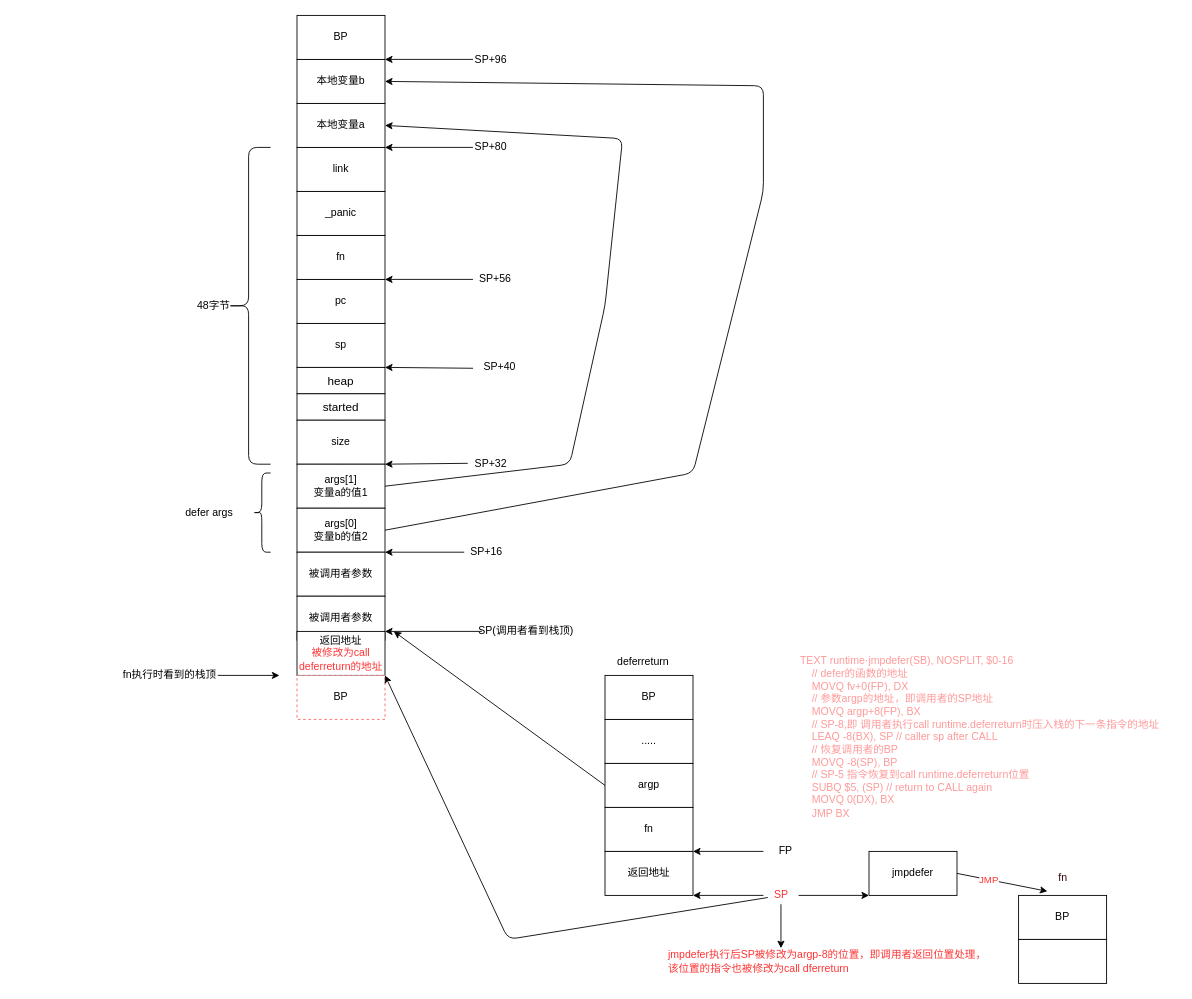
Above: page "循环调用defer" (2 of 4) of dev-tool/go/source/image/defer2.drawio in 6z7/my-notebook (draw.io), before the change. Source tidied: cells renumbered, new cells numbered last; positions are measured from the earlier drawing's top-left corner, leaving out a move shared by most shapes. Both pictures are drawn from the tidied source at 88%, with x=0, y=0 at pixel (116, 15).
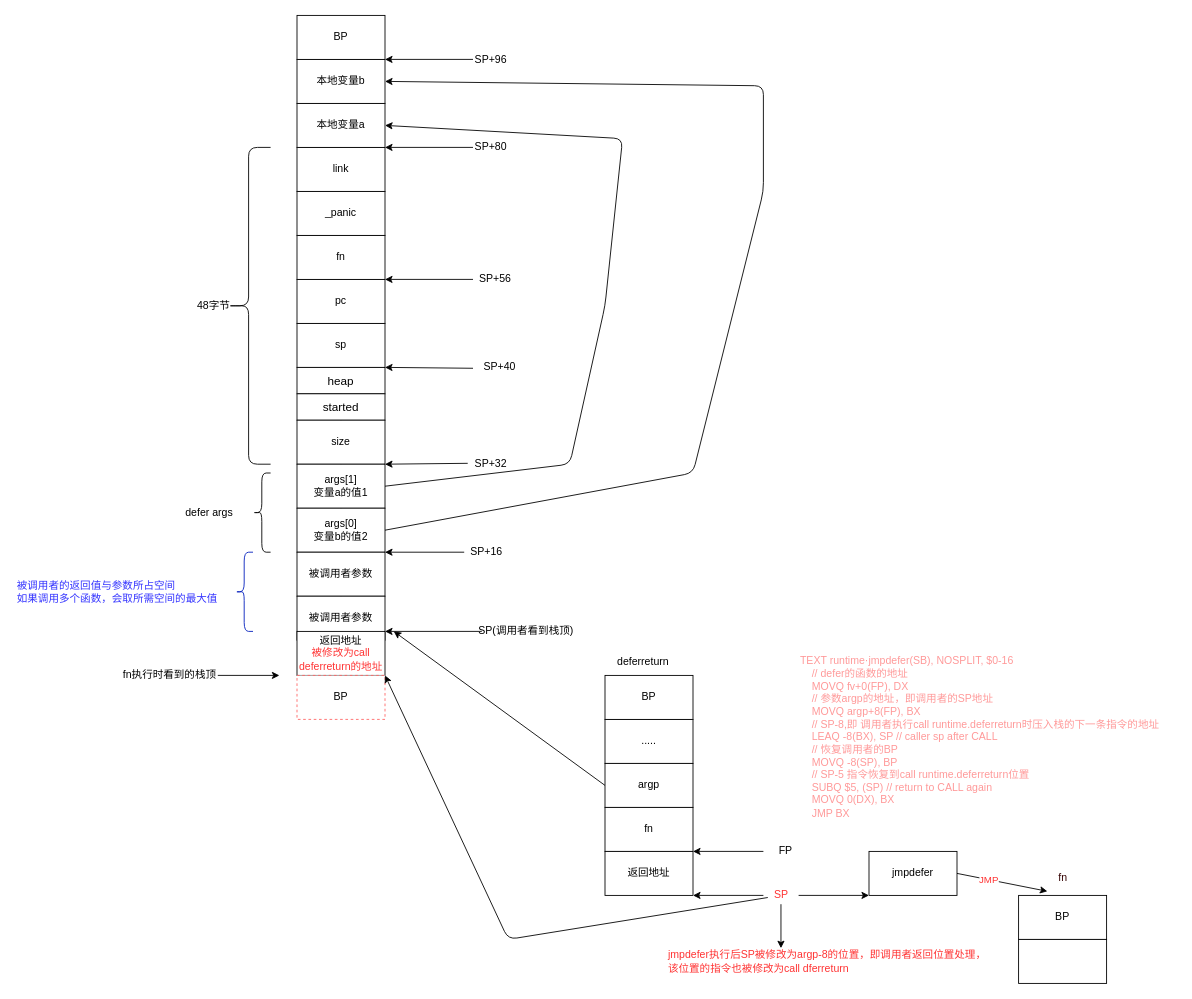
The same diagram, later.

Diff of the diagram source:
```diff
@@
+    <mxCell id="81" style="shape=curlyBracket;whiteSpace=wrap;html=1;rounded=1;fillColor=#0050ef;strokeColor=#001DBC;fontColor=#ffffff;" parent="1" vertex="1">
+      <mxGeometry x="135" y="610" width="20" height="90" as="geometry" />
+    </mxCell>
+    <mxCell id="82" value="被调用者的返回值与参数所占空间&lt;br&gt;如果调用多个函数，会取所需空间的最大值" style="text;html=1;align=left;verticalAlign=middle;fontColor=#3333FF;" parent="1" vertex="1">
+      <mxGeometry x="-115" y="640" width="240" height="30" as="geometry" />
+    </mxCell>
```
